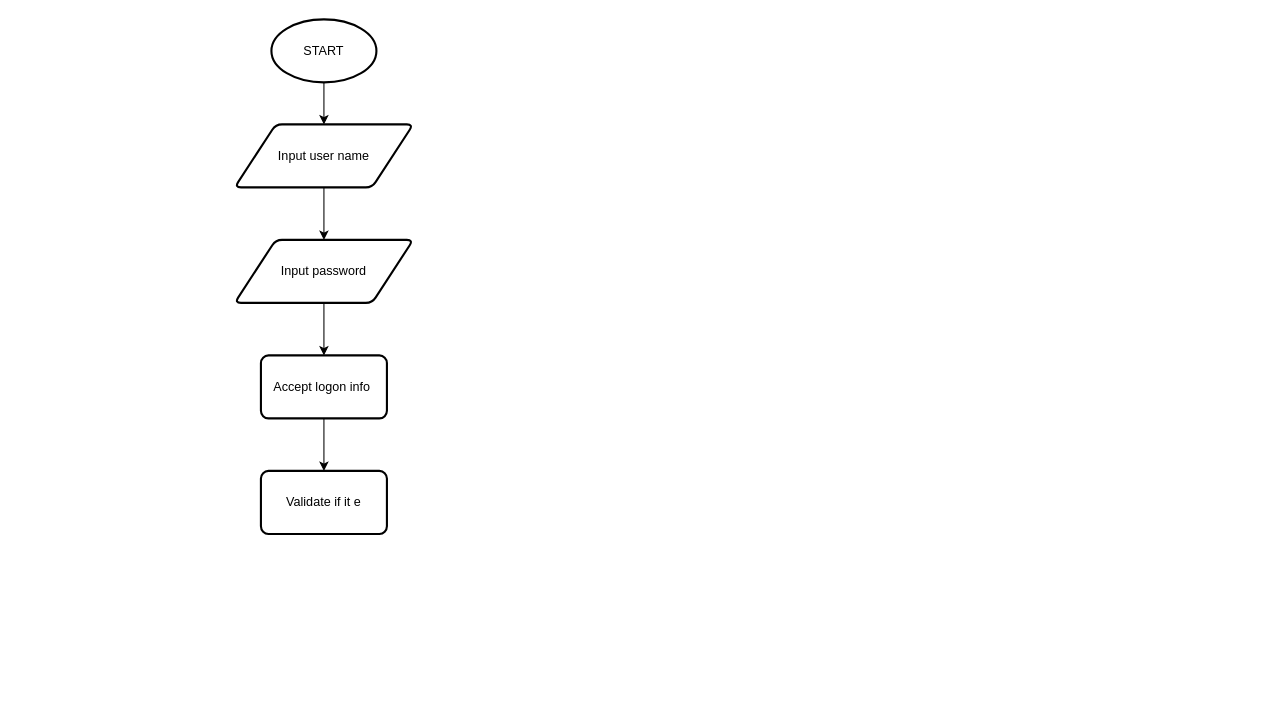
This is page "Page-1" (1 of 3) of flowchartfinals.drawio from itsmerims/flowcharts, a draw.io file, before an edit. Source tidied: cells renumbered, new cells numbered last; positions are measured from the earlier drawing's top-left corner, leaving out a move shared by most shapes. Both pictures are drawn from the tidied source at 105%, with x=0, y=0 at pixel (234, 19).
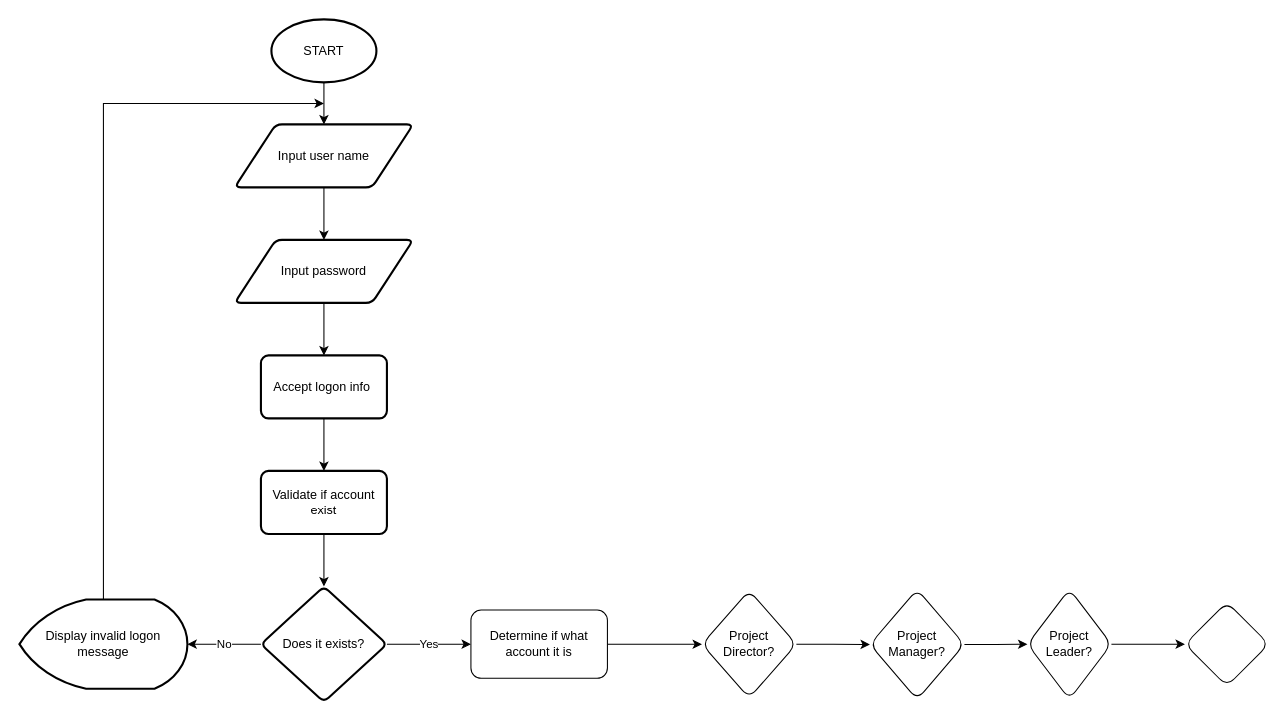
The same page after the edit.

What changed in the source:
```diff
@@
+    <mxCell id="11" style="edgeStyle=orthogonalEdgeStyle;rounded=0;jettySize=auto;html=1;" parent="1" edge="1" source="10" target="14">
+      <mxGeometry relative="1" as="geometry" />
+    </mxCell>
-    <mxCell id="10" value="Validate if it e" style="whiteSpace=wrap;html=1;rounded=1;strokeWidth=2;arcSize=12;" parent="1" vertex="1">
+    <mxCell id="10" value="Validate if account exist" style="whiteSpace=wrap;html=1;rounded=1;strokeWidth=2;arcSize=12;" parent="1" vertex="1">
       <mxGeometry x="25" y="430" width="120" height="60" as="geometry" />
     </mxCell>
+    <mxCell id="12" value="No" style="edgeStyle=orthogonalEdgeStyle;rounded=0;jettySize=auto;html=1;entryX=1;entryY=0.5;entryDx=0;entryDy=0;entryPerimeter=0;" parent="1" edge="1" source="14" target="16">
+      <mxGeometry relative="1" as="geometry" />
+    </mxCell>
+    <mxCell id="13" value="Yes" style="edgeStyle=orthogonalEdgeStyle;rounded=0;jettySize=auto;html=1;entryX=0;entryY=0.5;entryDx=0;entryDy=0;" parent="1" edge="1" source="14" target="18">
+      <mxGeometry relative="1" as="geometry" />
+    </mxCell>
+    <mxCell id="14" value="Does it exists?" style="rhombus;whiteSpace=wrap;html=1;rounded=1;strokeWidth=2;arcSize=12;" parent="1" vertex="1">
+      <mxGeometry x="25" y="540" width="120" height="110" as="geometry" />
+    </mxCell>
+    <mxCell id="15" style="edgeStyle=orthogonalEdgeStyle;rounded=0;jettySize=auto;html=1;" parent="1" edge="1" source="16">
+      <mxGeometry relative="1" as="geometry">
+        <mxPoint x="85" y="80" as="targetPoint" />
+        <Array as="points">
+          <mxPoint x="-125" y="80" />
+        </Array>
+      </mxGeometry>
+    </mxCell>
+    <mxCell id="16" value="Display invalid logon message" style="strokeWidth=2;html=1;shape=mxgraph.flowchart.display;whiteSpace=wrap;" parent="1" vertex="1">
+      <mxGeometry x="-205" y="552.5" width="160" height="85" as="geometry" />
+    </mxCell>
+    <mxCell id="17" style="edgeStyle=orthogonalEdgeStyle;rounded=0;jettySize=auto;html=1;" parent="1" edge="1" source="18" target="20">
+      <mxGeometry relative="1" as="geometry" />
+    </mxCell>
+    <mxCell id="18" value="Determine if what account it is" style="rounded=1;whiteSpace=wrap;html=1;" parent="1" vertex="1">
+      <mxGeometry x="225" y="562.5" width="130" height="65" as="geometry" />
+    </mxCell>
+    <mxCell id="19" style="edgeStyle=orthogonalEdgeStyle;rounded=0;jettySize=auto;html=1;" parent="1" edge="1" source="20" target="22">
+      <mxGeometry relative="1" as="geometry" />
+    </mxCell>
+    <mxCell id="20" value="Project Director?" style="rhombus;whiteSpace=wrap;html=1;rounded=1;" parent="1" vertex="1">
+      <mxGeometry x="445" y="543.8" width="90" height="102.5" as="geometry" />
+    </mxCell>
+    <mxCell id="21" style="edgeStyle=orthogonalEdgeStyle;rounded=0;jettySize=auto;html=1;entryX=0;entryY=0.5;entryDx=0;entryDy=0;" parent="1" edge="1" source="22" target="24">
+      <mxGeometry relative="1" as="geometry" />
+    </mxCell>
+    <mxCell id="22" value="Project Manager?" style="rhombus;whiteSpace=wrap;html=1;rounded=1;" parent="1" vertex="1">
+      <mxGeometry x="605" y="542.8" width="90" height="105" as="geometry" />
+    </mxCell>
+    <mxCell id="23" style="edgeStyle=orthogonalEdgeStyle;rounded=0;jettySize=auto;html=1;" parent="1" edge="1" source="24" target="25">
+      <mxGeometry relative="1" as="geometry" />
+    </mxCell>
+    <mxCell id="24" value="Project Leader?" style="rhombus;whiteSpace=wrap;html=1;rounded=1;" parent="1" vertex="1">
+      <mxGeometry x="755" y="542.5" width="80" height="105" as="geometry" />
+    </mxCell>
+    <mxCell id="25" style="rhombus;whiteSpace=wrap;html=1;rounded=1;" parent="1" vertex="1">
+      <mxGeometry x="905" y="555" width="80" height="80" as="geometry" />
+    </mxCell>
```
